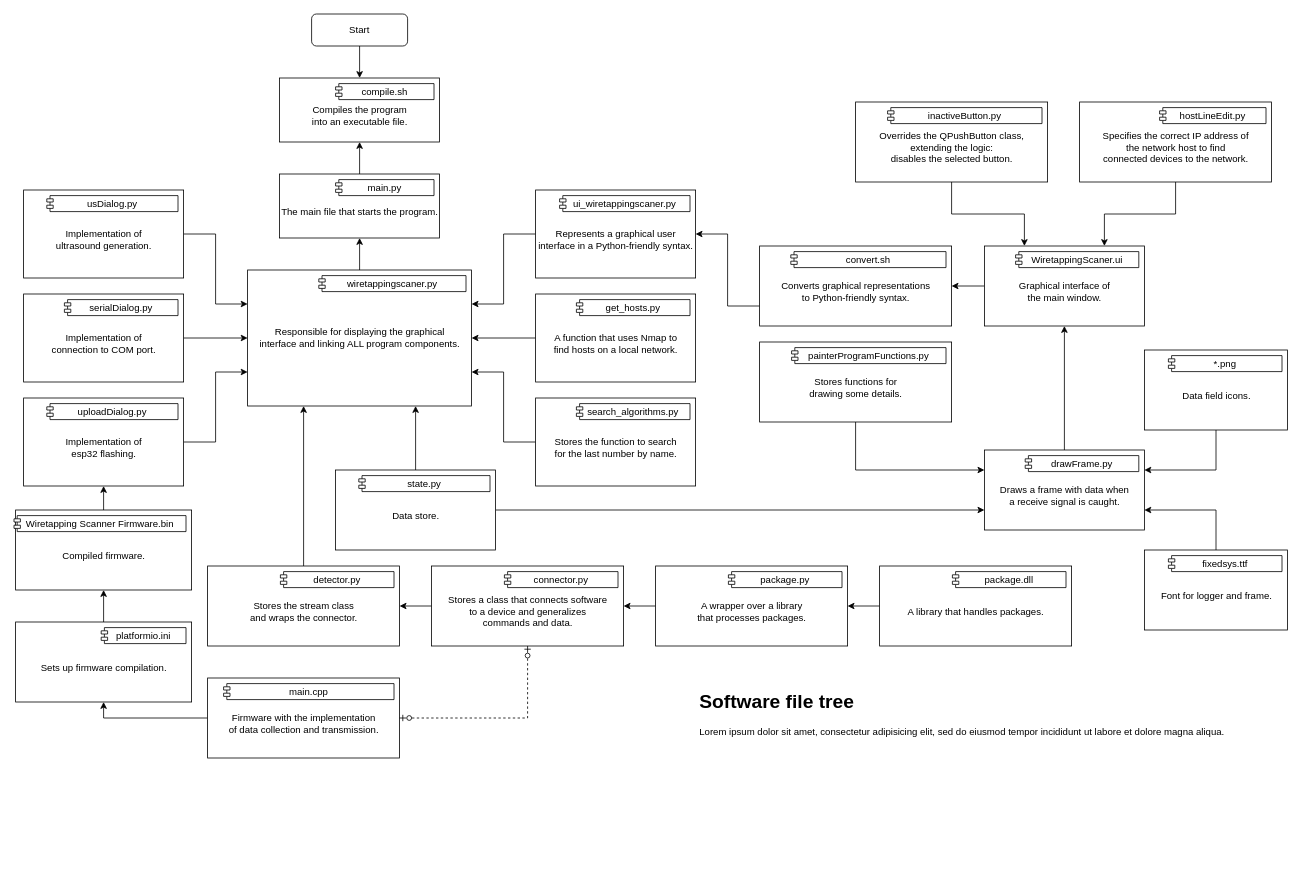
Earlier version of the draw.io diagram page "Software file tree" (3 of 7) of schemes/Wiretapping Scanner.drawio (Nakama3942/WiretappingScanner). Source tidied: cells renumbered, new cells numbered last; positions are measured from the earlier drawing's top-left corner, leaving out a move shared by most shapes. Both pictures are drawn from the tidied source at 80%, with x=0, y=0 at pixel (15, 14).
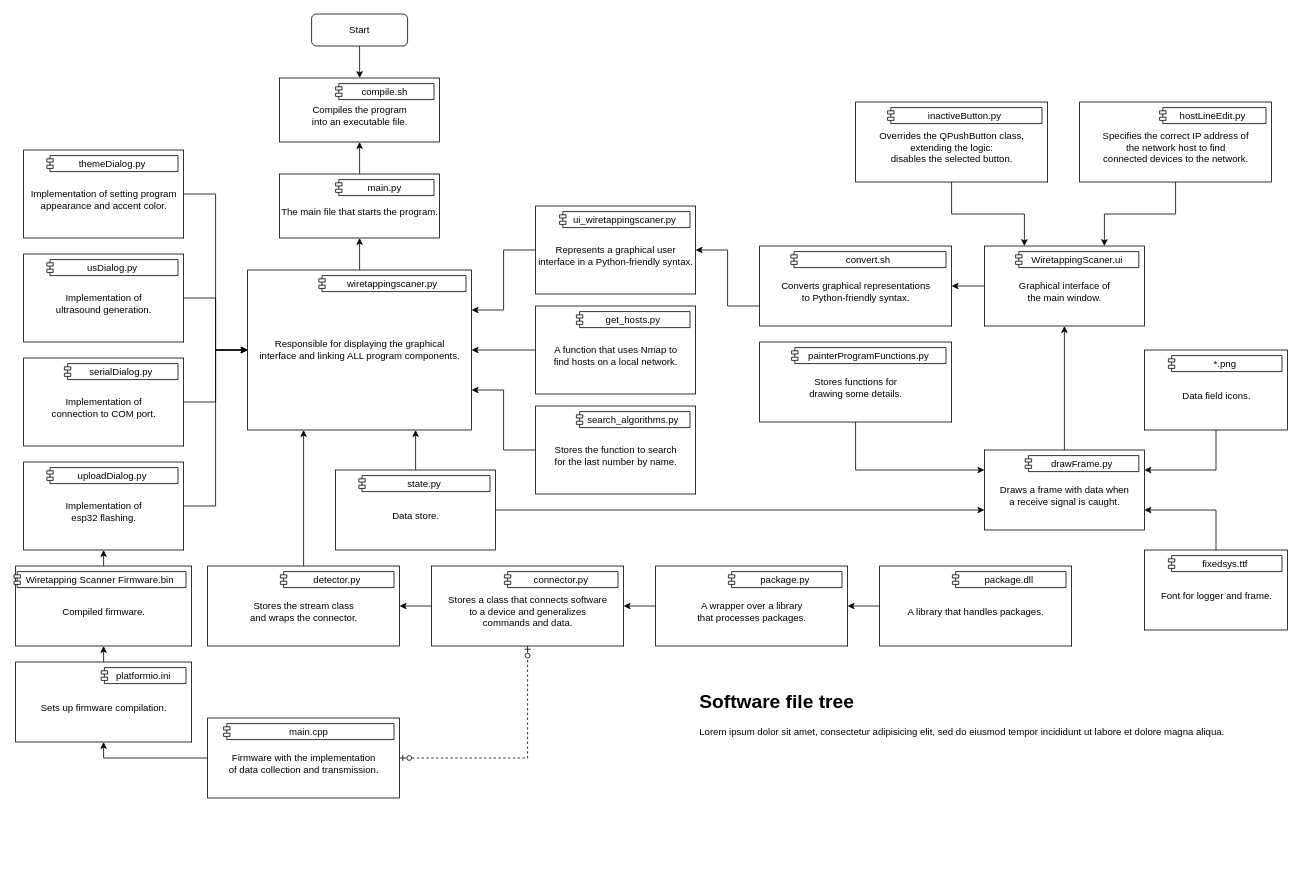
The same page after the edit.

Unchanged cells that the change refers to:
```xml
<mxCell id="51" value="&lt;br&gt;Stores a class that connects software&lt;br&gt;to a device and generalizes&lt;br&gt;commands and data." style="html=1;" parent="1" vertex="1">
  <mxGeometry x="520" y="690" width="240" height="100" as="geometry" />
</mxCell>
```

What changed in the source:
```diff
@@
     <mxCell id="5" value="&lt;br&gt;Implementation of&lt;br&gt;connection to COM port." style="html=1;" parent="1" vertex="1">
-      <mxGeometry x="10" y="350" width="200" height="110" as="geometry" />
+      <mxGeometry x="10" y="430" width="200" height="110" as="geometry" />
     </mxCell>
@@
-    <mxCell id="11" value="Responsible for displaying the graphical&lt;br&gt;interface and linking ALL program components." style="html=1;" parent="1" vertex="1">
-      <mxGeometry x="290" y="320" width="280" height="170" as="geometry" />
+    <mxCell id="11" value="Responsible for displaying the graphical&lt;br&gt;interface and linking ALL program components." style="html=1;rounded=0;glass=0;shadow=0;" parent="1" vertex="1">
+      <mxGeometry x="290" y="320" width="280" height="200" as="geometry" />
     </mxCell>
@@
     <mxCell id="14" value="&lt;br&gt;Represents a graphical user&lt;br&gt;interface in a Python-friendly syntax." style="html=1;" parent="1" vertex="1">
-      <mxGeometry x="650" y="220" width="200" height="110" as="geometry" />
+      <mxGeometry x="650" y="240" width="200" height="110" as="geometry" />
     </mxCell>
@@
-    <mxCell id="16" style="edgeStyle=orthogonalEdgeStyle;rounded=0;jettySize=auto;html=1;exitX=1;exitY=0.5;exitDx=0;exitDy=0;entryX=0;entryY=0.25;entryDx=0;entryDy=0;" parent="1" edge="1" source="17" target="11">
+    <mxCell id="16" style="edgeStyle=orthogonalEdgeStyle;rounded=0;jettySize=auto;html=1;exitX=1;exitY=0.5;exitDx=0;exitDy=0;entryX=0;entryY=0.5;entryDx=0;entryDy=0;" parent="1" edge="1" source="17" target="11">
       <mxGeometry relative="1" as="geometry" />
     </mxCell>
     <mxCell id="17" value="&lt;br&gt;Implementation of&lt;br&gt;ultrasound generation." style="html=1;" parent="1" vertex="1">
-      <mxGeometry x="10" y="220" width="200" height="110" as="geometry" />
+      <mxGeometry x="10" y="300" width="200" height="110" as="geometry" />
     </mxCell>
@@
-    <mxCell id="19" style="edgeStyle=orthogonalEdgeStyle;rounded=0;jettySize=auto;html=1;exitX=1;exitY=0.5;exitDx=0;exitDy=0;entryX=0;entryY=0.75;entryDx=0;entryDy=0;" parent="1" edge="1" source="20" target="11">
+    <mxCell id="19" style="edgeStyle=orthogonalEdgeStyle;rounded=0;jettySize=auto;html=1;exitX=1;exitY=0.5;exitDx=0;exitDy=0;entryX=0;entryY=0.5;entryDx=0;entryDy=0;" parent="1" edge="1" source="20" target="11">
       <mxGeometry relative="1" as="geometry" />
     </mxCell>
     <mxCell id="20" value="&lt;br&gt;Implementation of&lt;br&gt;esp32 flashing." style="html=1;" parent="1" vertex="1">
-      <mxGeometry x="10" y="480" width="200" height="110" as="geometry" />
+      <mxGeometry x="10" y="560" width="200" height="110" as="geometry" />
     </mxCell>
@@
     <mxCell id="35" value="&lt;br&gt;Stores the function to search&lt;br&gt;for the last number by name." style="html=1;" parent="1" vertex="1">
-      <mxGeometry x="650" y="480" width="200" height="110" as="geometry" />
+      <mxGeometry x="650" y="490" width="200" height="110" as="geometry" />
     </mxCell>
@@
     <mxCell id="38" value="&lt;br&gt;A function that uses Nmap to&lt;br&gt;find hosts on a local network." style="html=1;" parent="1" vertex="1">
-      <mxGeometry x="650" y="350" width="200" height="110" as="geometry" />
+      <mxGeometry x="650" y="365" width="200" height="110" as="geometry" />
     </mxCell>
@@
     <mxCell id="65" value="&lt;br&gt;Firmware with the implementation&lt;br&gt;of data collection and transmission." style="html=1;" parent="1" vertex="1">
-      <mxGeometry x="240" y="830" width="240" height="100" as="geometry" />
+      <mxGeometry x="240" y="880" width="240" height="100" as="geometry" />
     </mxCell>
@@
     <mxCell id="75" value="&lt;br&gt;Compiled firmware." style="html=1;" parent="1" vertex="1">
-      <mxGeometry y="620" width="220" height="100" as="geometry" />
+      <mxGeometry y="690" width="220" height="100" as="geometry" />
     </mxCell>
@@
     <mxCell id="78" value="&lt;br&gt;Sets up firmware compilation." style="html=1;" parent="1" vertex="1">
-      <mxGeometry y="760" width="220" height="100" as="geometry" />
+      <mxGeometry y="810" width="220" height="100" as="geometry" />
     </mxCell>
@@
     <mxCell id="80" style="endArrow=ERzeroToOne;startArrow=ERzeroToOne;html=1;rounded=0;exitX=1;exitY=0.5;exitDx=0;exitDy=0;entryX=0.5;entryY=1;entryDx=0;entryDy=0;dashed=1;startFill=0;endFill=0;" parent="1" edge="1" source="65" target="51">
       <mxGeometry relative="1" as="geometry">
         <Array as="points">
-          <mxPoint x="640" y="880" />
+          <mxPoint x="640" y="930" />
         </Array>
       </mxGeometry>
     </mxCell>
+    <mxCell id="81" style="edgeStyle=orthogonalEdgeStyle;rounded=0;jettySize=auto;html=1;exitX=1;exitY=0.5;exitDx=0;exitDy=0;entryX=0;entryY=0.5;entryDx=0;entryDy=0;" parent="1" edge="1" source="82" target="11">
+      <mxGeometry relative="1" as="geometry" />
+    </mxCell>
+    <mxCell id="82" value="&lt;br&gt;Implementation of setting program&lt;br&gt;appearance and accent color." style="html=1;" parent="1" vertex="1">
+      <mxGeometry x="10" y="170" width="200" height="110" as="geometry" />
+    </mxCell>
+    <mxCell id="83" value="themeDialog.py" style="shape=module;jettyWidth=8;jettyHeight=4;" parent="82" vertex="1">
+      <mxGeometry x="1" width="164" height="20" relative="1" as="geometry">
+        <mxPoint x="-171" y="7" as="offset" />
+      </mxGeometry>
+    </mxCell>
```
